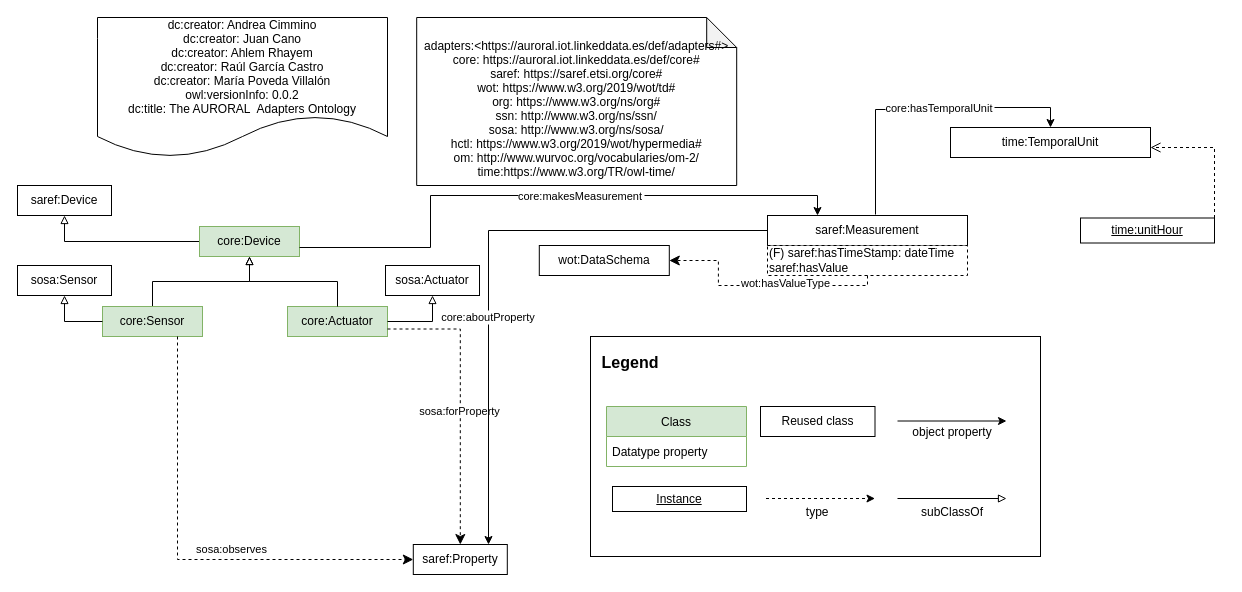
Before: page "V2" (1 of 2) of Diagrams/adapters-general.drawio in oeg-upm/auroral-adapters-ontology, a draw.io diagram. Source tidied: cells renumbered, new cells numbered last; positions are measured from the earlier drawing's top-left corner, leaving out a move shared by most shapes. Both pictures are drawn from the tidied source at 100%, with x=0, y=0 at pixel (17, 17).
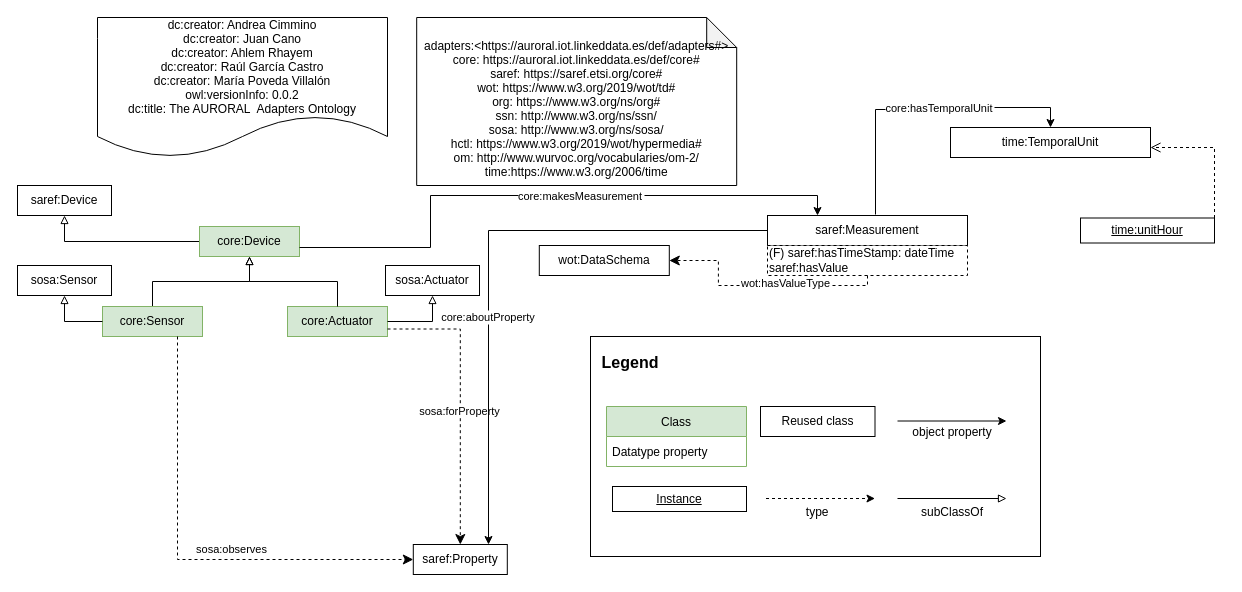
Above is the later version.

Diff of the diagram source:
```diff
@@
-    <mxCell id="3" value="&#10;adapters:&lt;https://auroral.iot.linkeddata.es/def/adapters#&gt;&#10;core: https://auroral.iot.linkeddata.es/def/core#&#10;saref: https://saref.etsi.org/core#&#10;wot: https://www.w3.org/2019/wot/td#&#10;org: https://www.w3.org/ns/org#&#10;ssn: http://www.w3.org/ns/ssn/&#10;sosa: http://www.w3.org/ns/sosa/&#10;hctl: https://www.w3.org/2019/wot/hypermedia#&#10;om: http://www.wurvoc.org/vocabularies/om-2/&#10;time:https://www.w3.org/TR/owl-time/" style="shape=note;backgroundOutline=1;darkOpacity=0.05;" parent="1" vertex="1">
+    <mxCell id="3" value="&#10;adapters:&lt;https://auroral.iot.linkeddata.es/def/adapters#&gt;&#10;core: https://auroral.iot.linkeddata.es/def/core#&#10;saref: https://saref.etsi.org/core#&#10;wot: https://www.w3.org/2019/wot/td#&#10;org: https://www.w3.org/ns/org#&#10;ssn: http://www.w3.org/ns/ssn/&#10;sosa: http://www.w3.org/ns/sosa/&#10;hctl: https://www.w3.org/2019/wot/hypermedia#&#10;om: http://www.wurvoc.org/vocabularies/om-2/&#10;time:https://www.w3.org/2006/time" style="shape=note;backgroundOutline=1;darkOpacity=0.05;" parent="1" vertex="1">
       <mxGeometry x="399.2" width="320" height="168" as="geometry" />
     </mxCell>
```
